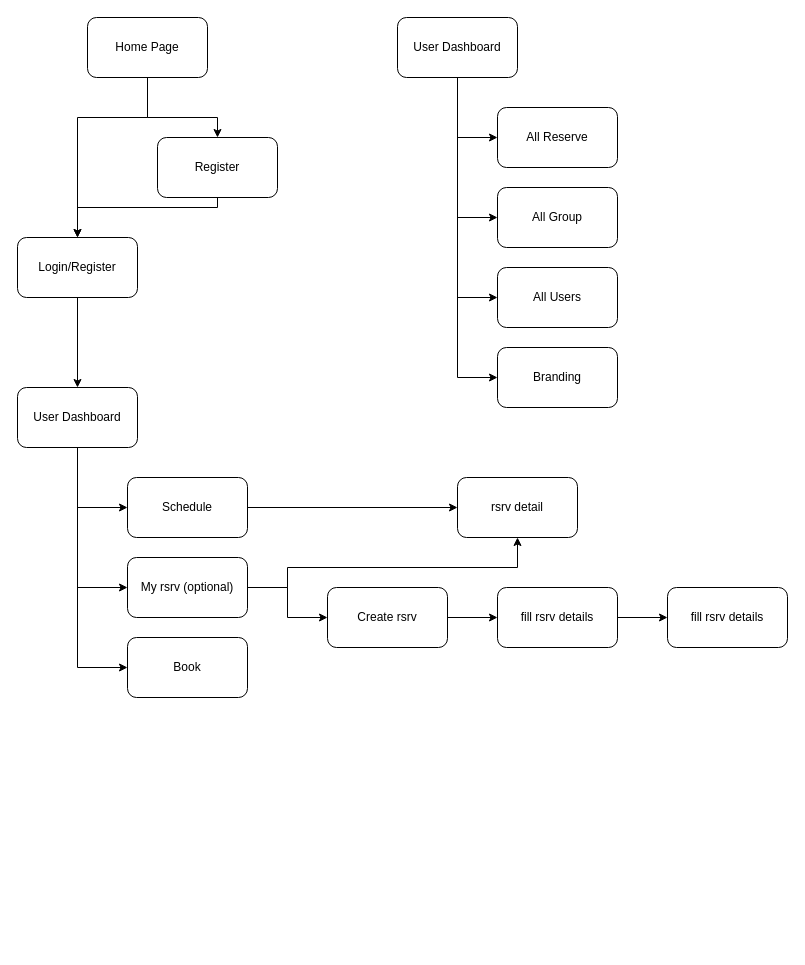
kblecc/rsrv-doc keeps this draw.io diagram as Charts/Views.drawio. Above is the earlier version. Source tidied: cells renumbered, new cells numbered last; positions are measured from the earlier drawing's top-left corner, leaving out a move shared by most shapes. Both pictures are drawn from the tidied source at 100%, with x=0, y=0 at pixel (17, 17).
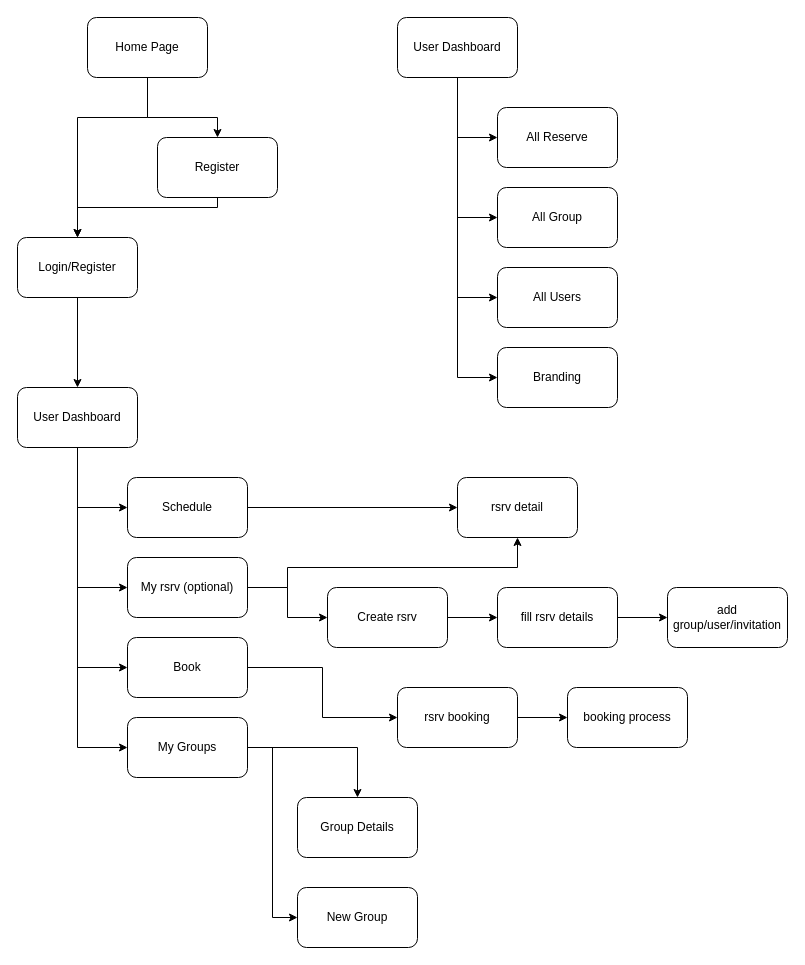
Above is the later version.

Commit message (it also covers changes not shown here):
update: view, userStructure

The change refers to these unchanged cells:
```xml
<mxCell id="12" value="User Dashboard" style="rounded=1;whiteSpace=wrap;html=1;" parent="1" vertex="1">
  <mxGeometry y="370" width="120" height="60" as="geometry" />
</mxCell>
<mxCell id="18" value="Book" style="whiteSpace=wrap;html=1;rounded=1;" parent="1" vertex="1">
  <mxGeometry x="110" y="620" width="120" height="60" as="geometry" />
</mxCell>
```

What changed in the source:
```diff
@@
+    <mxCell id="34" style="edgeStyle=orthogonalEdgeStyle;rounded=0;jettySize=auto;html=1;entryX=0;entryY=0.5;entryDx=0;entryDy=0;" parent="1" edge="1" source="12" target="38">
+      <mxGeometry relative="1" as="geometry" />
+    </mxCell>
@@
+    <mxCell id="35" style="edgeStyle=orthogonalEdgeStyle;rounded=0;jettySize=auto;html=1;entryX=0;entryY=0.5;entryDx=0;entryDy=0;" parent="1" edge="1" source="18" target="42">
+      <mxGeometry relative="1" as="geometry" />
+    </mxCell>
@@
-    <mxCell id="31" value="fill rsrv details" style="whiteSpace=wrap;html=1;rounded=1;" parent="1" vertex="1">
+    <mxCell id="31" value="add group/user/invitation" style="whiteSpace=wrap;html=1;rounded=1;" parent="1" vertex="1">
       <mxGeometry x="650" y="570" width="120" height="60" as="geometry" />
     </mxCell>
@@
+    <mxCell id="36" style="edgeStyle=orthogonalEdgeStyle;rounded=0;jettySize=auto;html=1;" parent="1" edge="1" source="38" target="39">
+      <mxGeometry relative="1" as="geometry" />
+    </mxCell>
+    <mxCell id="37" style="edgeStyle=orthogonalEdgeStyle;rounded=0;jettySize=auto;html=1;entryX=0;entryY=0.5;entryDx=0;entryDy=0;" parent="1" edge="1" source="38" target="40">
+      <mxGeometry relative="1" as="geometry" />
+    </mxCell>
+    <mxCell id="38" value="My Groups" style="whiteSpace=wrap;html=1;rounded=1;" parent="1" vertex="1">
+      <mxGeometry x="110" y="700" width="120" height="60" as="geometry" />
+    </mxCell>
+    <mxCell id="39" value="Group Details" style="whiteSpace=wrap;html=1;rounded=1;" parent="1" vertex="1">
+      <mxGeometry x="280" y="780" width="120" height="60" as="geometry" />
+    </mxCell>
+    <mxCell id="40" value="New Group" style="whiteSpace=wrap;html=1;rounded=1;" parent="1" vertex="1">
+      <mxGeometry x="280" y="870" width="120" height="60" as="geometry" />
+    </mxCell>
+    <mxCell id="41" style="edgeStyle=orthogonalEdgeStyle;rounded=0;jettySize=auto;html=1;" parent="1" edge="1" source="42" target="43">
+      <mxGeometry relative="1" as="geometry" />
+    </mxCell>
+    <mxCell id="42" value="rsrv booking" style="whiteSpace=wrap;html=1;rounded=1;" parent="1" vertex="1">
+      <mxGeometry x="380" y="670" width="120" height="60" as="geometry" />
+    </mxCell>
+    <mxCell id="43" value="booking process" style="whiteSpace=wrap;html=1;rounded=1;" parent="1" vertex="1">
+      <mxGeometry x="550" y="670" width="120" height="60" as="geometry" />
+    </mxCell>
```
